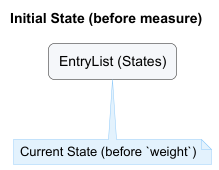
This is docs/images/AddWeight_Initial.png from Ibrashoukry/tp, a PlantUML export, as it was before one commit. The source it was exported from:
```plantuml
@startuml
title Initial State (before measure)

skinparam shadowing false
skinparam defaultFontName Arial
skinparam rectangle {
  RoundCorner 12
  FontSize 14
}
skinparam note {
  BackgroundColor #E3F2FD
  BorderColor #90CAF9
  RoundCorner 12
}

rectangle "EntryList (States)" as EL #F5F7FA {
}

note as CS #E3F2FD
Current State (before `weight`)
end note
CS -up-> EL

@enduml
```
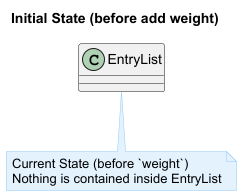
Later version of the same file.

Commit message:
(#177) (#180) Edit initial state diagram, made it clearer. Edit BodyMeasurementEntry append and validation

The edit, as a diff of the source:
```diff
@@ -1,5 +1,5 @@
 @startuml
-title Initial State (before measure)
+title Initial State (before add weight)
 
 skinparam shadowing false
 skinparam defaultFontName Arial
@@ -13,12 +13,14 @@
   RoundCorner 12
 }
 
-rectangle "EntryList (States)" as EL #F5F7FA {
+class EntryList {
+
 }
 
 note as CS #E3F2FD
 Current State (before `weight`)
+Nothing is contained inside EntryList
 end note
-CS -up-> EL
+CS -up-> EntryList
 
 @enduml
```
